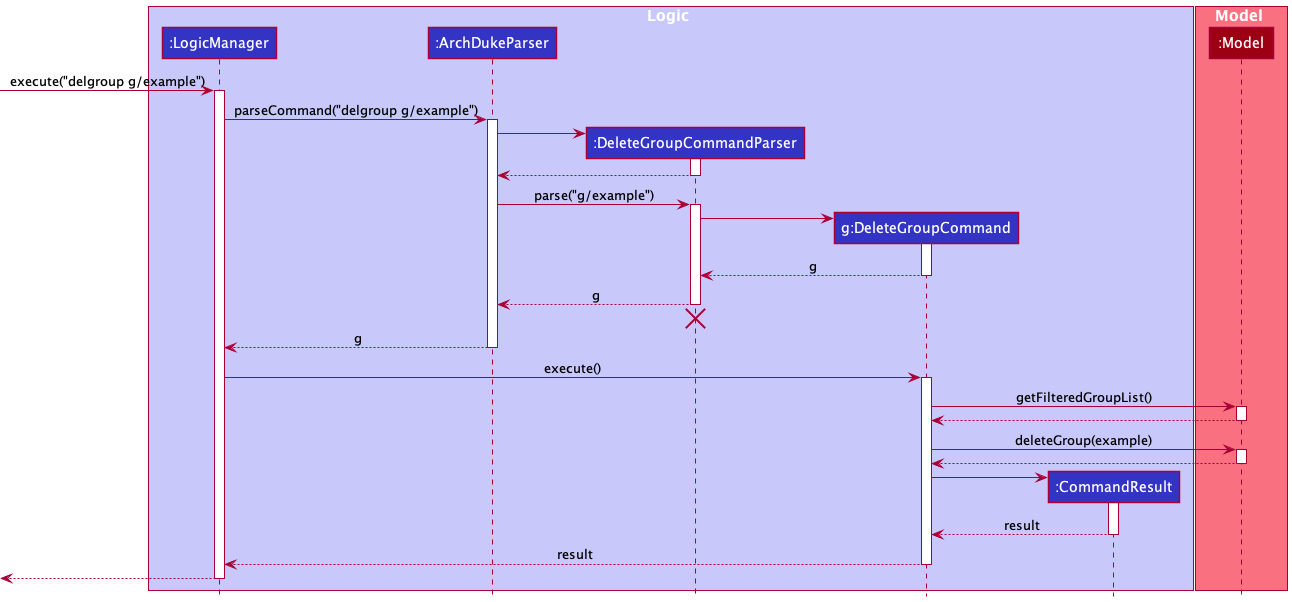
Earlier version of the PlantUML export docs/images/DeleteGroupSequenceDiagram.png (nus-cs2103-AY2122S2/tp).
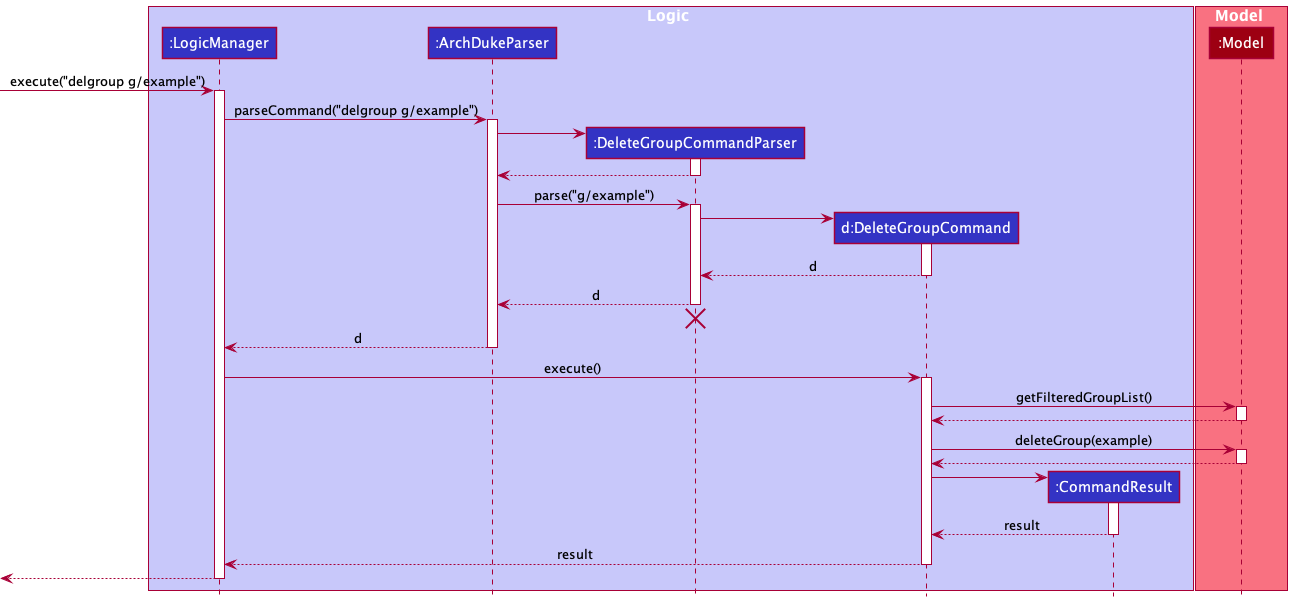
After the commit.

Change to the diagram source:
```diff
@@ -5,7 +5,7 @@
 participant ":LogicManager" as LogicManager LOGIC_COLOR
 participant ":ArchDukeParser" as ArchDukeParser LOGIC_COLOR
 participant ":DeleteGroupCommandParser" as DeleteGroupCommandParser LOGIC_COLOR
-participant "g:DeleteGroupCommand" as DeleteGroupCommand LOGIC_COLOR
+participant "d:DeleteGroupCommand" as DeleteGroupCommand LOGIC_COLOR
 participant ":CommandResult" as CommandResult LOGIC_COLOR
 end box
 
@@ -33,16 +33,16 @@
 DeleteGroupCommandParser -> DeleteGroupCommand
 activate DeleteGroupCommand
 
-DeleteGroupCommand --> DeleteGroupCommandParser : g
+DeleteGroupCommand --> DeleteGroupCommandParser : d
 deactivate DeleteGroupCommand
 
-DeleteGroupCommandParser --> ArchDukeParser : g
+DeleteGroupCommandParser --> ArchDukeParser : d
 deactivate DeleteGroupCommandParser
 
 DeleteGroupCommandParser -[hidden]-> ArchDukeParser
 destroy DeleteGroupCommandParser
 
-ArchDukeParser --> LogicManager : g
+ArchDukeParser --> LogicManager : d
 deactivate ArchDukeParser
 
 LogicManager -> DeleteGroupCommand : execute()
```
